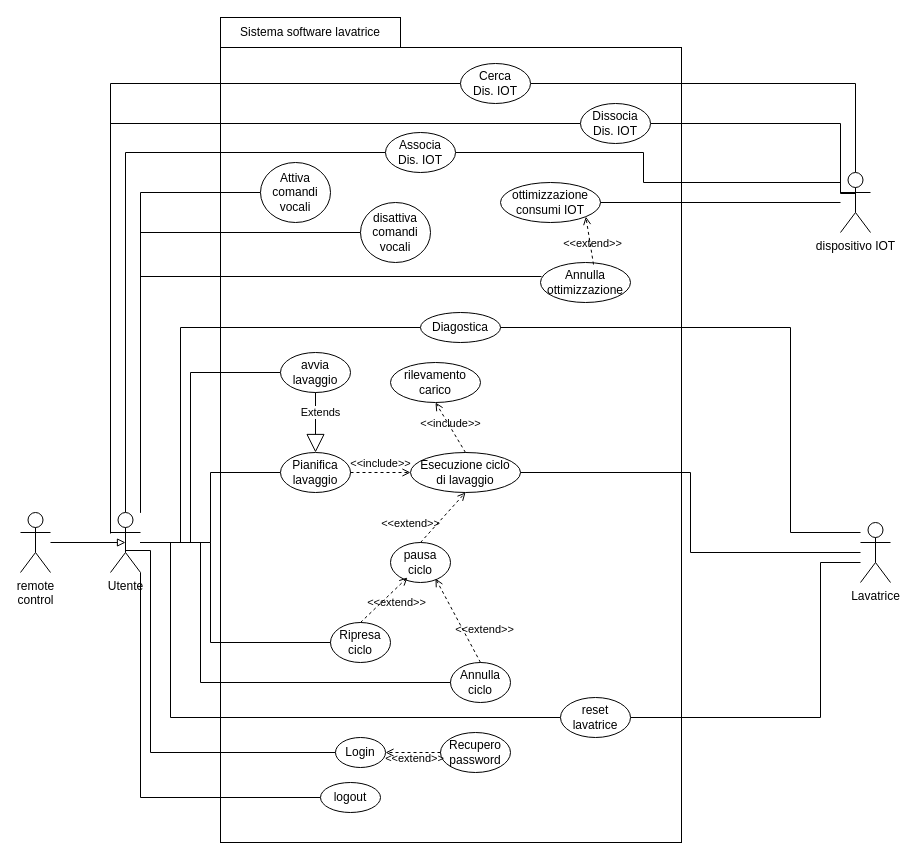
This is content/use.drawio from uni-aca100/ing-proj, a draw.io file, before an edit. Source tidied: cells renumbered, new cells numbered last; positions are measured from the earlier drawing's top-left corner, leaving out a move shared by most shapes. Both pictures are drawn from the tidied source at 100%, with x=0, y=0 at pixel (20, 17).
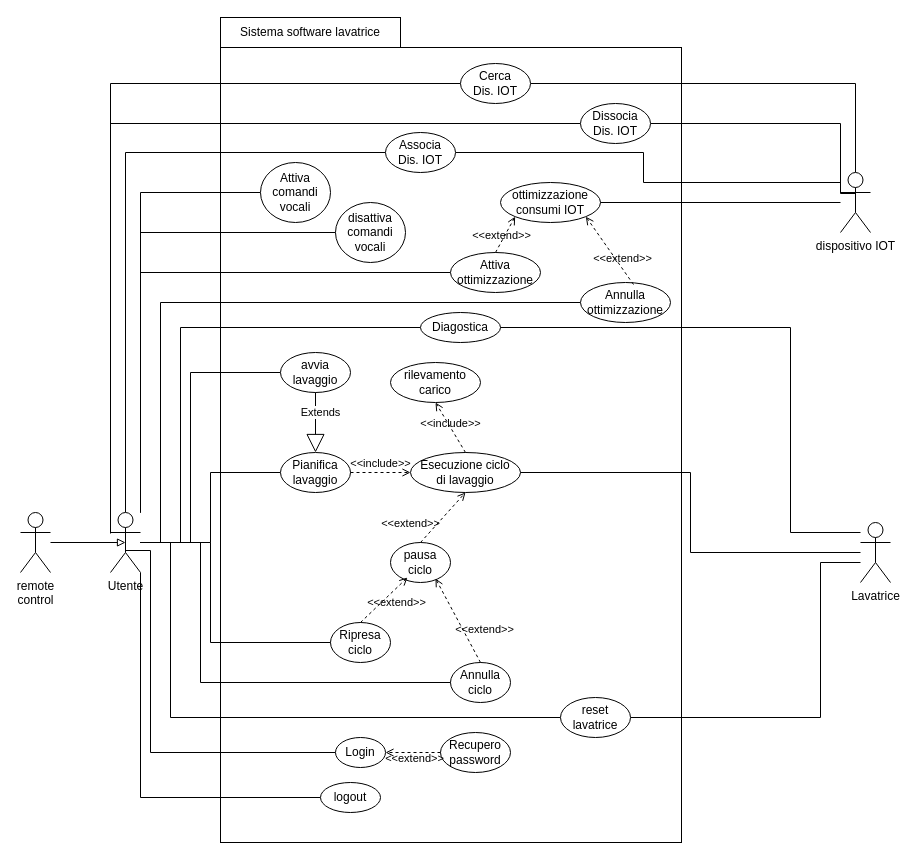
The same diagram, later.

Commit message (it also covers changes not shown here):
add attivia ottimizzazione IOT

The change refers to these unchanged cells:
```xml
<mxCell id="24" value="Utente" style="shape=umlActor;verticalLabelPosition=bottom;verticalAlign=top;html=1;" parent="1" vertex="1">
  <mxGeometry x="90" y="495" width="30" height="60" as="geometry" />
</mxCell>
<mxCell id="36" value="&lt;div&gt;ottimizzazione&lt;/div&gt;&lt;div&gt;consumi&amp;nbsp;IOT&lt;/div&gt;" style="ellipse;whiteSpace=wrap;html=1;" parent="1" vertex="1">
  <mxGeometry x="480" y="165" width="100" height="40" as="geometry" />
</mxCell>
```

The edit, as a diff of the source:
```diff
@@
+    <mxCell id="44" style="edgeStyle=orthogonalEdgeStyle;rounded=0;jettySize=auto;html=1;entryX=0;entryY=0.5;entryDx=0;entryDy=0;endArrow=none;endFill=0;" parent="1" edge="1" source="24" target="37">
+      <mxGeometry relative="1" as="geometry">
+        <Array as="points">
+          <mxPoint x="140" y="525" />
+          <mxPoint x="140" y="285" />
+        </Array>
+      </mxGeometry>
+    </mxCell>
+    <mxCell id="57" style="edgeStyle=orthogonalEdgeStyle;rounded=0;jettySize=auto;html=1;entryX=0;entryY=0.5;entryDx=0;entryDy=0;endArrow=none;endFill=0;" parent="1" edge="1" source="24" target="58">
+      <mxGeometry relative="1" as="geometry">
+        <Array as="points">
+          <mxPoint x="120" y="255" />
+        </Array>
+      </mxGeometry>
+    </mxCell>
@@
     <mxCell id="37" value="&lt;div&gt;Annulla&lt;/div&gt;ottimizzazione" style="ellipse;whiteSpace=wrap;html=1;" parent="1" vertex="1">
-      <mxGeometry x="520" y="245" width="90" height="40" as="geometry" />
+      <mxGeometry x="560" y="265" width="90" height="40" as="geometry" />
     </mxCell>
@@
-    <mxCell id="44" style="edgeStyle=orthogonalEdgeStyle;rounded=0;jettySize=auto;html=1;entryX=0.011;entryY=0.35;entryDx=0;entryDy=0;entryPerimeter=0;endArrow=none;endFill=0;" parent="1" edge="1" source="24" target="37">
-      <mxGeometry relative="1" as="geometry">
-        <Array as="points">
-          <mxPoint x="120" y="259" />
-        </Array>
-      </mxGeometry>
-    </mxCell>
@@
     <mxCell id="56" value="&lt;div&gt;disattiva&lt;/div&gt;&lt;div&gt;comandi&lt;/div&gt;&lt;div&gt;vocali&lt;/div&gt;" style="ellipse;whiteSpace=wrap;html=1;" parent="1" vertex="1">
-      <mxGeometry x="340" y="185" width="70" height="60" as="geometry" />
+      <mxGeometry x="315" y="185" width="70" height="60" as="geometry" />
     </mxCell>
+    <mxCell id="58" value="&lt;div&gt;Attiva&lt;/div&gt;&lt;div&gt;ottimizzazione&lt;/div&gt;" style="ellipse;whiteSpace=wrap;html=1;" parent="1" vertex="1">
+      <mxGeometry x="430" y="235" width="90" height="40" as="geometry" />
+    </mxCell>
+    <mxCell id="59" value="&amp;lt;&amp;lt;extend&amp;gt;&amp;gt;" style="html=1;verticalAlign=bottom;labelBackgroundColor=none;endArrow=open;endFill=0;dashed=1;rounded=0;exitX=0.5;exitY=0;exitDx=0;exitDy=0;entryX=0;entryY=1;entryDx=0;entryDy=0;" parent="1" edge="1" source="58" target="36">
+      <mxGeometry x="-0.52" y="-1" relative="1" as="geometry" />
+    </mxCell>
```
